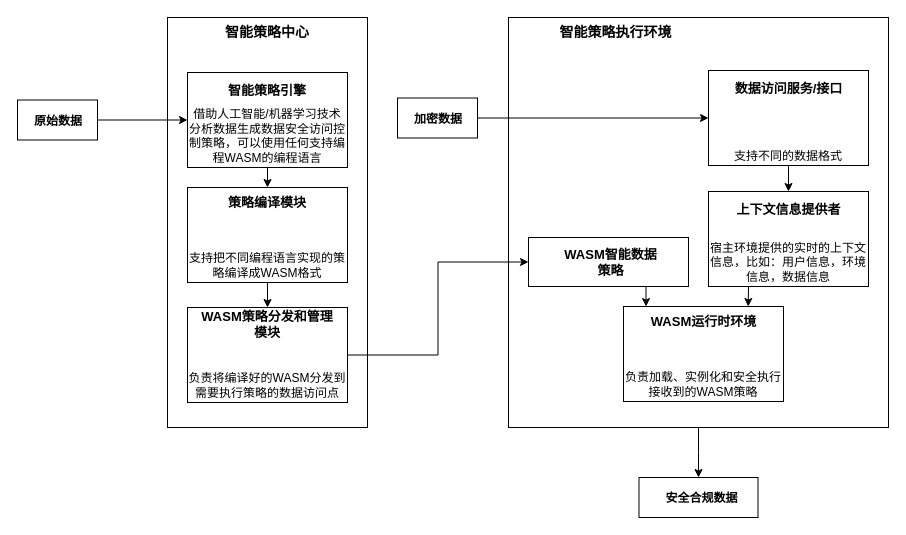
Earlier version of the draw.io diagram page "arch" (1 of 3) of dhp/smart.data.policy.based.on.wasm.drawio (wenhulove333/opendhp). Source tidied: cells renumbered, new cells numbered last; positions are measured from the earlier drawing's top-left corner, leaving out a move shared by most shapes. Both pictures are drawn from the tidied source at 100%, with x=0, y=0 at pixel (17, 17).
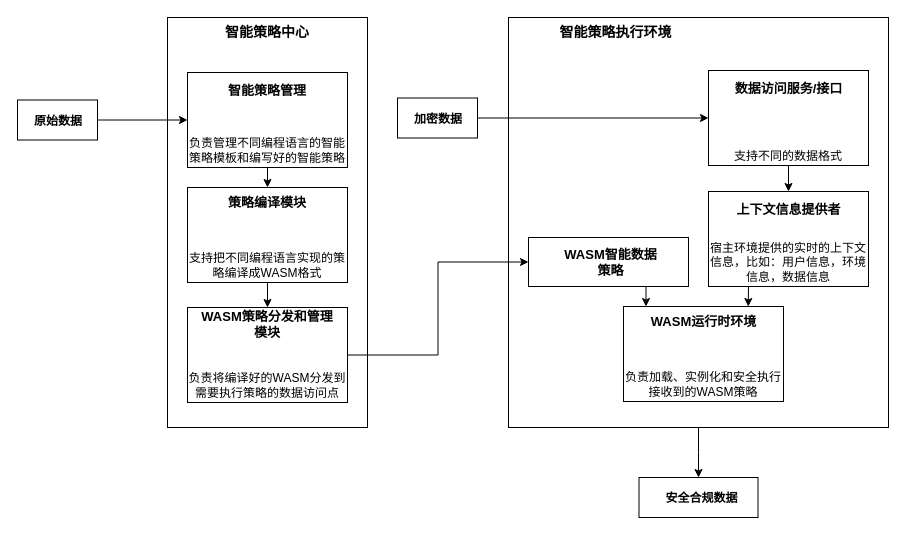
The same page after the edit.

Diff of the diagram source:
```diff
@@
-    <mxCell id="5" value="借助人工智能/机器学习技术分析数据生成数据安全访问控制策略，可以使用任何支持编程WASM的编程语言" style="rounded=0;whiteSpace=wrap;html=1;fillColor=none;verticalAlign=bottom;" parent="1" vertex="1">
+    <mxCell id="5" value="负责管理不同编程语言的智能策略模板和编写好的智能策略" style="rounded=0;whiteSpace=wrap;html=1;fillColor=none;verticalAlign=bottom;" parent="1" vertex="1">
       <mxGeometry x="170" y="55" width="160" height="95" as="geometry" />
     </mxCell>
-    <mxCell id="6" value="&lt;font style=&quot;font-size: 13px;&quot;&gt;&lt;b style=&quot;&quot;&gt;智能策略引擎&lt;/b&gt;&lt;/font&gt;" style="text;html=1;align=center;verticalAlign=middle;whiteSpace=wrap;rounded=0;" parent="1" vertex="1">
+    <mxCell id="6" value="&lt;font style=&quot;font-size: 13px;&quot;&gt;&lt;b style=&quot;&quot;&gt;智能策略管理&lt;/b&gt;&lt;/font&gt;" style="text;html=1;align=center;verticalAlign=middle;whiteSpace=wrap;rounded=0;" parent="1" vertex="1">
       <mxGeometry x="205" y="58" width="90" height="30" as="geometry" />
     </mxCell>
```
